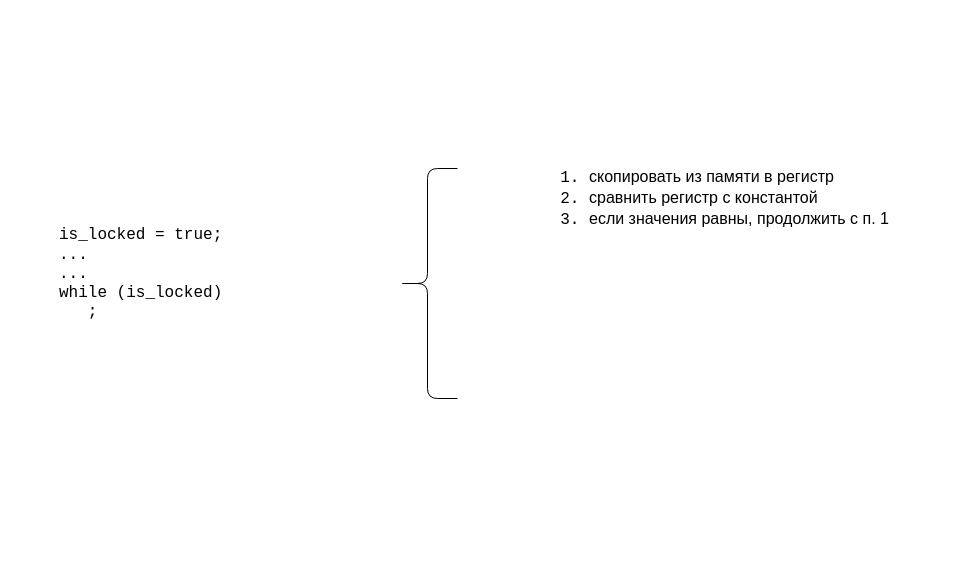
The draw.io diagram page "Mutex - impl1" (2 of 11) of slides/sync.drawio in 77maxikov/os_course, before the edit. Source tidied: cells renumbered, new cells numbered last; positions are measured from the earlier drawing's top-left corner, leaving out a move shared by most shapes. Both pictures are drawn from the tidied source at 100%, with x=0, y=0 at pixel (57, 68).
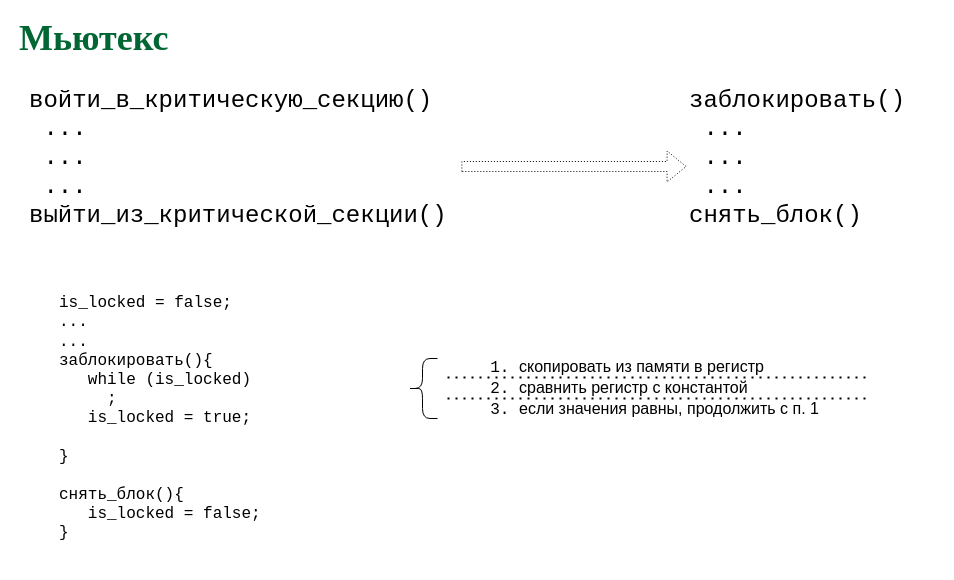
After the change.

Change to the diagram source:
```diff
@@
 <mxGraphModel>
   <root>
     <mxCell id="0" />
     <mxCell id="1" parent="0" />
-    <mxCell id="2" value="&lt;div style=&quot;text-align: justify&quot;&gt;&lt;span&gt;is_locked = true;&lt;/span&gt;&lt;/div&gt;&lt;div style=&quot;text-align: justify&quot;&gt;&lt;span&gt;...&lt;/span&gt;&lt;/div&gt;&lt;div style=&quot;text-align: justify&quot;&gt;&lt;span&gt;...&lt;/span&gt;&lt;/div&gt;&lt;div style=&quot;text-align: justify&quot;&gt;&lt;span&gt;while (is_locked)&lt;/span&gt;&lt;/div&gt;&lt;div style=&quot;text-align: justify&quot;&gt;&lt;span&gt;&amp;nbsp; &amp;nbsp;;&lt;/span&gt;&lt;/div&gt;&lt;div style=&quot;text-align: justify&quot;&gt;&lt;span&gt;&lt;br&gt;&lt;/span&gt;&lt;/div&gt;&lt;div style=&quot;text-align: justify&quot;&gt;&lt;span&gt;&lt;br&gt;&lt;/span&gt;&lt;/div&gt;" style="text;html=1;strokeColor=none;fillColor=none;align=left;verticalAlign=middle;whiteSpace=wrap;rounded=0;fontFamily=Courier New;fontSize=16;" parent="1" vertex="1">
-      <mxGeometry width="320" height="450" as="geometry" />
+    <mxCell id="2" value="&lt;div style=&quot;text-align: justify&quot;&gt;&lt;span&gt;is_locked = false;&lt;/span&gt;&lt;/div&gt;&lt;div style=&quot;text-align: justify&quot;&gt;&lt;span&gt;...&lt;/span&gt;&lt;/div&gt;&lt;div style=&quot;text-align: justify&quot;&gt;&lt;span&gt;...&lt;/span&gt;&lt;/div&gt;&lt;div style=&quot;text-align: justify&quot;&gt;заблокировать(){&lt;/div&gt;&lt;div style=&quot;text-align: justify&quot;&gt;&amp;nbsp; &amp;nbsp;while (is_locked)&lt;/div&gt;&lt;div style=&quot;text-align: justify&quot;&gt;&amp;nbsp; &amp;nbsp; &amp;nbsp;;&lt;/div&gt;&lt;div style=&quot;text-align: justify&quot;&gt;&amp;nbsp; &amp;nbsp;is_locked = true;&lt;/div&gt;&lt;div style=&quot;text-align: justify&quot;&gt;&lt;br&gt;&lt;/div&gt;&lt;div style=&quot;text-align: justify&quot;&gt;}&lt;/div&gt;&lt;div style=&quot;text-align: justify&quot;&gt;&lt;br&gt;&lt;/div&gt;&lt;div style=&quot;text-align: justify&quot;&gt;снять_блок(){&lt;/div&gt;&lt;div style=&quot;text-align: justify&quot;&gt;&amp;nbsp; &amp;nbsp;is_locked = false;&lt;/div&gt;&lt;div style=&quot;text-align: justify&quot;&gt;}&lt;/div&gt;&lt;div style=&quot;text-align: justify&quot;&gt;&lt;span&gt;&lt;br&gt;&lt;/span&gt;&lt;/div&gt;" style="text;html=1;strokeColor=none;fillColor=none;align=left;verticalAlign=middle;whiteSpace=wrap;rounded=0;fontFamily=Courier New;fontSize=16;" parent="1" vertex="1">
+      <mxGeometry y="270" width="320" height="180" as="geometry" />
     </mxCell>
     <mxCell id="3" style="shape=curlyBracket;whiteSpace=wrap;html=1;rounded=1;fontFamily=Courier New;fontSize=16;size=0.5;" parent="1" vertex="1">
-      <mxGeometry x="340" y="100" width="60" height="230" as="geometry" />
+      <mxGeometry x="350" y="290" width="30" height="60" as="geometry" />
     </mxCell>
-    <mxCell id="4" value="&lt;ol&gt;&lt;li&gt;&lt;font face=&quot;Helvetica&quot;&gt;скопировать из памяти в регистр&lt;/font&gt;&lt;/li&gt;&lt;li&gt;&lt;font face=&quot;Helvetica&quot;&gt;сравнить регистр с константой&lt;/font&gt;&lt;/li&gt;&lt;li&gt;&lt;font face=&quot;Helvetica&quot;&gt;если значения равны, продолжить с п. 1&lt;/font&gt;&lt;/li&gt;&lt;/ol&gt;" style="text;html=1;strokeColor=none;fillColor=none;align=left;verticalAlign=middle;whiteSpace=wrap;rounded=0;fontFamily=Courier New;fontSize=16;" parent="1" vertex="1">
-      <mxGeometry x="490" y="120" width="360" height="20" as="geometry" />
+    <mxCell id="4" value="&lt;ol&gt;&lt;li&gt;&lt;font face=&quot;Helvetica&quot; style=&quot;font-size: 16px&quot;&gt;скопировать из памяти в регистр&lt;/font&gt;&lt;/li&gt;&lt;li&gt;&lt;font face=&quot;Helvetica&quot; style=&quot;font-size: 16px&quot;&gt;сравнить регистр с константой&lt;/font&gt;&lt;/li&gt;&lt;li&gt;&lt;font face=&quot;Helvetica&quot; style=&quot;font-size: 16px&quot;&gt;если значения равны, продолжить с п. 1&lt;/font&gt;&lt;/li&gt;&lt;/ol&gt;" style="text;html=1;strokeColor=none;fillColor=none;align=left;verticalAlign=middle;whiteSpace=wrap;rounded=0;fontFamily=Courier New;fontSize=16;" parent="1" vertex="1">
+      <mxGeometry x="420" y="310" width="380" height="20" as="geometry" />
     </mxCell>
+    <mxCell id="5" style="endArrow=none;dashed=1;html=1;dashPattern=1 3;strokeWidth=2;" parent="1" edge="1">
+      <mxGeometry relative="1" as="geometry">
+        <mxPoint x="390" y="309" as="sourcePoint" />
+        <mxPoint x="810" y="309" as="targetPoint" />
+      </mxGeometry>
+    </mxCell>
+    <mxCell id="6" style="endArrow=none;dashed=1;html=1;dashPattern=1 3;strokeWidth=2;" parent="1" edge="1">
+      <mxGeometry relative="1" as="geometry">
+        <mxPoint x="390" y="330" as="sourcePoint" />
+        <mxPoint x="810" y="330" as="targetPoint" />
+      </mxGeometry>
+    </mxCell>
+    <mxCell id="7" value="&lt;font face=&quot;Courier New&quot; style=&quot;font-size: 24px&quot;&gt;заблокировать()&lt;br&gt;&lt;div&gt;&amp;nbsp;...&lt;/div&gt;&lt;div&gt;&amp;nbsp;...&lt;/div&gt;&lt;div&gt;&amp;nbsp;...&lt;/div&gt;&lt;div&gt;&lt;span&gt;снять_блок()&lt;/span&gt;&lt;/div&gt;&lt;/font&gt;" style="text;html=1;align=left;verticalAlign=middle;points=[];" parent="1" vertex="1">
+      <mxGeometry x="630" y="50" width="230" height="80" as="geometry" />
+    </mxCell>
+    <mxCell id="8" value="&lt;font face=&quot;Garamond&quot; color=&quot;#006633&quot; size=&quot;1&quot;&gt;&lt;b style=&quot;font-size: 36px&quot;&gt;Мьютекс&lt;/b&gt;&lt;/font&gt;" style="text;html=1;align=left;verticalAlign=middle;whiteSpace=wrap;rounded=0;" parent="1" vertex="1">
+      <mxGeometry x="-40" y="-40" width="920" height="20" as="geometry" />
+    </mxCell>
+    <mxCell id="9" value="&lt;font face=&quot;Courier New&quot; style=&quot;font-size: 24px&quot;&gt;войти_в_критическую_секцию()&lt;br&gt;&lt;div&gt;&amp;nbsp;...&lt;/div&gt;&lt;div&gt;&amp;nbsp;...&lt;/div&gt;&lt;div&gt;&amp;nbsp;...&lt;/div&gt;&lt;div&gt;&lt;span&gt;выйти_из_критической_секции()&lt;/span&gt;&lt;/div&gt;&lt;/font&gt;" style="text;html=1;align=left;verticalAlign=middle;points=[];" parent="1" vertex="1">
+      <mxGeometry x="-30" y="50" width="430" height="80" as="geometry" />
+    </mxCell>
+    <mxCell id="10" style="shape=flexArrow;endArrow=classic;html=1;dashed=1;dashPattern=1 2;exitX=1.009;exitY=0.6;exitDx=0;exitDy=0;exitPerimeter=0;entryX=-0.004;entryY=0.6;entryDx=0;entryDy=0;entryPerimeter=0;" parent="1" edge="1" source="9" target="7">
+      <mxGeometry relative="1" as="geometry" />
+    </mxCell>
   </root>
 </mxGraphModel>
```
